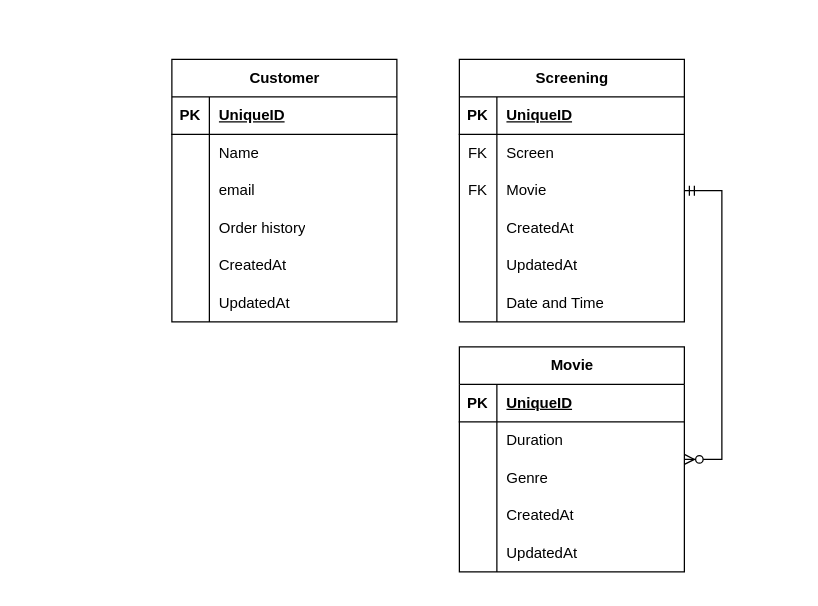
This is docs/cinema.drawio from boolean-uk/csharp-api-cinema-challenge, a draw.io file, before an edit. Source tidied: cells renumbered, new cells numbered last; positions are measured from the earlier drawing's top-left corner, leaving out a move shared by most shapes. Both pictures are drawn from the tidied source at 125%, with x=0, y=0 at pixel (171, 59).
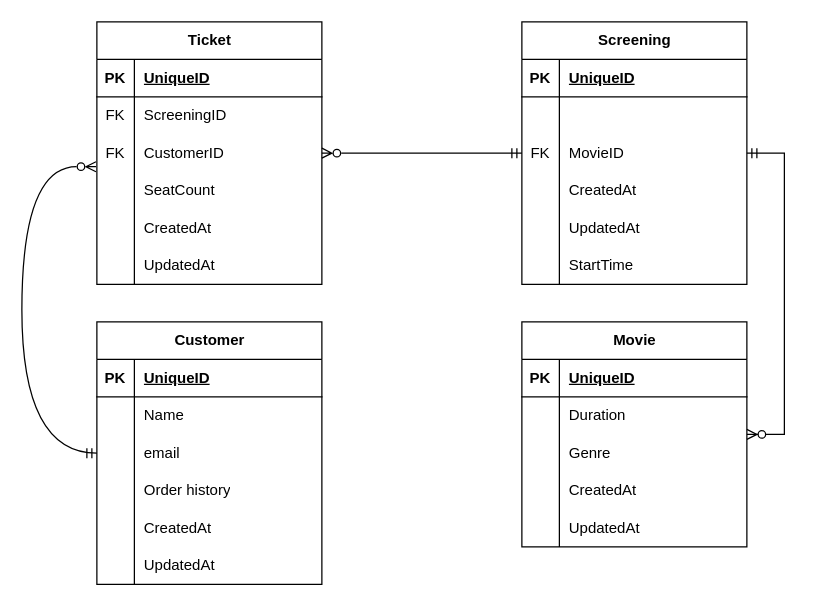
The same page after the edit.

The change refers to these unchanged cells:
```xml
<mxCell id="6" style="shape=tableRow;horizontal=0;startSize=0;swimlaneHead=0;swimlaneBody=0;fillColor=none;top=0;left=0;right=0;bottom=0;" parent="2" vertex="1">
  <mxGeometry y="60" width="180" height="30" as="geometry" />
</mxCell>
<mxCell id="9" style="shape=tableRow;horizontal=0;startSize=0;swimlaneHead=0;swimlaneBody=0;fillColor=none;points=[[0,0.5],[1,0.5]];portConstraint=eastwest;top=0;left=0;right=0;bottom=0;" parent="2" vertex="1">
  <mxGeometry y="90" width="180" height="30" as="geometry" />
</mxCell>
<mxCell id="12" style="shape=tableRow;horizontal=0;startSize=0;swimlaneHead=0;swimlaneBody=0;fillColor=none;top=0;left=0;right=0;bottom=0;" parent="2" vertex="1">
  <mxGeometry y="120" width="180" height="30" as="geometry" />
</mxCell>
<mxCell id="41" style="shape=tableRow;horizontal=0;startSize=0;swimlaneHead=0;swimlaneBody=0;fillColor=none;top=0;left=0;right=0;bottom=0;" parent="37" vertex="1">
  <mxGeometry y="60" width="180" height="30" as="geometry" />
</mxCell>
<mxCell id="44" style="shape=tableRow;horizontal=0;startSize=0;swimlaneHead=0;swimlaneBody=0;fillColor=none;top=0;left=0;right=0;bottom=0;" parent="37" vertex="1">
  <mxGeometry y="90" width="180" height="30" as="geometry" />
</mxCell>
<mxCell id="53" style="shape=tableRow;horizontal=0;startSize=0;swimlaneHead=0;swimlaneBody=0;fillColor=none;top=0;left=0;right=0;bottom=0;" parent="37" vertex="1">
  <mxGeometry y="180" width="180" height="30" as="geometry" />
</mxCell>
```

Change to the diagram source:
```diff
@@
-    <mxCell id="2" value="Customer" style="shape=table;startSize=30;childLayout=tableLayout;rowLines=0;fontStyle=1;align=center;html=1;" parent="1" vertex="1">
-      <mxGeometry width="180" height="210" as="geometry" />
+    <mxCell id="2" value="Ticket" style="shape=table;startSize=30;childLayout=tableLayout;rowLines=0;fontStyle=1;align=center;html=1;" parent="1" vertex="1">
+      <mxGeometry x="-60" y="-30" width="180" height="210" as="geometry" />
     </mxCell>
@@
-    <mxCell id="7" style="shape=partialRectangle;fillColor=none;top=0;left=0;bottom=0;right=0;overflow=hidden;whiteSpace=wrap;html=1;" parent="6" vertex="1">
+    <mxCell id="7" value="FK" style="shape=partialRectangle;fillColor=none;top=0;left=0;bottom=0;right=0;overflow=hidden;whiteSpace=wrap;html=1;" parent="6" vertex="1">
       <mxGeometry width="30" height="30" as="geometry" />
     </mxCell>
-    <mxCell id="8" value="Name" style="shape=partialRectangle;fillColor=none;top=0;left=0;bottom=0;right=0;align=left;spacingLeft=6;overflow=hidden;whiteSpace=wrap;html=1;" parent="6" vertex="1">
+    <mxCell id="8" value="ScreeningID" style="shape=partialRectangle;fillColor=none;top=0;left=0;bottom=0;right=0;align=left;spacingLeft=6;overflow=hidden;whiteSpace=wrap;html=1;" parent="6" vertex="1">
       <mxGeometry x="30" width="150" height="30" as="geometry" />
     </mxCell>
@@
-    <mxCell id="10" style="shape=partialRectangle;fillColor=none;top=0;left=0;bottom=0;right=0;overflow=hidden;whiteSpace=wrap;html=1;" parent="9" vertex="1">
+    <mxCell id="10" value="FK" style="shape=partialRectangle;fillColor=none;top=0;left=0;bottom=0;right=0;overflow=hidden;whiteSpace=wrap;html=1;" parent="9" vertex="1">
       <mxGeometry width="30" height="30" as="geometry" />
     </mxCell>
-    <mxCell id="11" value="email" style="shape=partialRectangle;fillColor=none;top=0;left=0;bottom=0;right=0;align=left;spacingLeft=6;overflow=hidden;whiteSpace=wrap;html=1;" parent="9" vertex="1">
+    <mxCell id="11" value="CustomerID" style="shape=partialRectangle;fillColor=none;top=0;left=0;bottom=0;right=0;align=left;spacingLeft=6;overflow=hidden;whiteSpace=wrap;html=1;" parent="9" vertex="1">
       <mxGeometry x="30" width="150" height="30" as="geometry" />
     </mxCell>
@@
-    <mxCell id="14" value="Order history" style="shape=partialRectangle;fillColor=none;top=0;left=0;bottom=0;right=0;align=left;spacingLeft=6;overflow=hidden;whiteSpace=wrap;html=1;" parent="12" vertex="1">
+    <mxCell id="14" value="SeatCount" style="shape=partialRectangle;fillColor=none;top=0;left=0;bottom=0;right=0;align=left;spacingLeft=6;overflow=hidden;whiteSpace=wrap;html=1;" parent="12" vertex="1">
       <mxGeometry x="30" width="150" height="30" as="geometry" />
     </mxCell>
@@
     <mxCell id="21" value="Movie" style="shape=table;startSize=30;childLayout=tableLayout;rowLines=0;fontStyle=1;align=center;html=1;" parent="1" vertex="1">
-      <mxGeometry x="230" y="230" width="180" height="180" as="geometry" />
+      <mxGeometry x="280" y="210" width="180" height="180" as="geometry" />
     </mxCell>
@@
     <mxCell id="37" value="Screening" style="shape=table;startSize=30;childLayout=tableLayout;rowLines=0;fontStyle=1;align=center;html=1;" parent="1" vertex="1">
-      <mxGeometry x="230" width="180" height="210" as="geometry" />
+      <mxGeometry x="280" y="-30" width="180" height="210" as="geometry" />
     </mxCell>
@@
-    <mxCell id="42" value="FK" style="shape=partialRectangle;fillColor=none;top=0;left=0;bottom=0;right=0;overflow=hidden;whiteSpace=wrap;html=1;" parent="41" vertex="1">
+    <mxCell id="42" style="shape=partialRectangle;fillColor=none;top=0;left=0;bottom=0;right=0;overflow=hidden;whiteSpace=wrap;html=1;" parent="41" vertex="1">
       <mxGeometry width="30" height="30" as="geometry" />
     </mxCell>
-    <mxCell id="43" value="Screen" style="shape=partialRectangle;fillColor=none;top=0;left=0;bottom=0;right=0;align=left;spacingLeft=6;overflow=hidden;whiteSpace=wrap;html=1;" parent="41" vertex="1">
+    <mxCell id="43" style="shape=partialRectangle;fillColor=none;top=0;left=0;bottom=0;right=0;align=left;spacingLeft=6;overflow=hidden;whiteSpace=wrap;html=1;" parent="41" vertex="1">
       <mxGeometry x="30" width="150" height="30" as="geometry" />
     </mxCell>
@@
-    <mxCell id="46" value="Movie" style="shape=partialRectangle;fillColor=none;top=0;left=0;bottom=0;right=0;align=left;spacingLeft=6;overflow=hidden;whiteSpace=wrap;html=1;" parent="44" vertex="1">
+    <mxCell id="46" value="MovieID" style="shape=partialRectangle;fillColor=none;top=0;left=0;bottom=0;right=0;align=left;spacingLeft=6;overflow=hidden;whiteSpace=wrap;html=1;" parent="44" vertex="1">
       <mxGeometry x="30" width="150" height="30" as="geometry" />
     </mxCell>
@@
-    <mxCell id="55" value="Date and Time" style="shape=partialRectangle;fillColor=none;top=0;left=0;bottom=0;right=0;align=left;spacingLeft=6;overflow=hidden;whiteSpace=wrap;html=1;" parent="53" vertex="1">
+    <mxCell id="55" value="StartTime" style="shape=partialRectangle;fillColor=none;top=0;left=0;bottom=0;right=0;align=left;spacingLeft=6;overflow=hidden;whiteSpace=wrap;html=1;" parent="53" vertex="1">
       <mxGeometry x="30" width="150" height="30" as="geometry" />
     </mxCell>
@@
+    <mxCell id="57" value="Customer" style="shape=table;startSize=30;childLayout=tableLayout;rowLines=0;fontStyle=1;align=center;html=1;" parent="1" vertex="1">
+      <mxGeometry x="-60" y="210" width="180" height="210" as="geometry" />
+    </mxCell>
+    <mxCell id="58" style="shape=tableRow;horizontal=0;startSize=0;swimlaneHead=0;swimlaneBody=0;fillColor=none;top=0;left=0;right=0;bottom=1;" parent="57" vertex="1">
+      <mxGeometry y="30" width="180" height="30" as="geometry" />
+    </mxCell>
+    <mxCell id="59" value="PK" style="shape=partialRectangle;fillColor=none;top=0;left=0;bottom=0;right=0;fontStyle=1;overflow=hidden;whiteSpace=wrap;html=1;" parent="58" vertex="1">
+      <mxGeometry width="30" height="30" as="geometry" />
+    </mxCell>
+    <mxCell id="60" value="UniqueID" style="shape=partialRectangle;fillColor=none;top=0;left=0;bottom=0;right=0;align=left;spacingLeft=6;fontStyle=5;overflow=hidden;whiteSpace=wrap;html=1;" parent="58" vertex="1">
+      <mxGeometry x="30" width="150" height="30" as="geometry" />
+    </mxCell>
+    <mxCell id="61" style="shape=tableRow;horizontal=0;startSize=0;swimlaneHead=0;swimlaneBody=0;fillColor=none;top=0;left=0;right=0;bottom=0;" parent="57" vertex="1">
+      <mxGeometry y="60" width="180" height="30" as="geometry" />
+    </mxCell>
+    <mxCell id="62" style="shape=partialRectangle;fillColor=none;top=0;left=0;bottom=0;right=0;overflow=hidden;whiteSpace=wrap;html=1;" parent="61" vertex="1">
+      <mxGeometry width="30" height="30" as="geometry" />
+    </mxCell>
+    <mxCell id="63" value="Name" style="shape=partialRectangle;fillColor=none;top=0;left=0;bottom=0;right=0;align=left;spacingLeft=6;overflow=hidden;whiteSpace=wrap;html=1;" parent="61" vertex="1">
+      <mxGeometry x="30" width="150" height="30" as="geometry" />
+    </mxCell>
+    <mxCell id="64" style="shape=tableRow;horizontal=0;startSize=0;swimlaneHead=0;swimlaneBody=0;fillColor=none;points=[[0,0.5],[1,0.5]];portConstraint=eastwest;top=0;left=0;right=0;bottom=0;" parent="57" vertex="1">
+      <mxGeometry y="90" width="180" height="30" as="geometry" />
+    </mxCell>
+    <mxCell id="65" style="shape=partialRectangle;fillColor=none;top=0;left=0;bottom=0;right=0;overflow=hidden;whiteSpace=wrap;html=1;" parent="64" vertex="1">
+      <mxGeometry width="30" height="30" as="geometry" />
+    </mxCell>
+    <mxCell id="66" value="email" style="shape=partialRectangle;fillColor=none;top=0;left=0;bottom=0;right=0;align=left;spacingLeft=6;overflow=hidden;whiteSpace=wrap;html=1;" parent="64" vertex="1">
+      <mxGeometry x="30" width="150" height="30" as="geometry" />
+    </mxCell>
+    <mxCell id="67" style="shape=tableRow;horizontal=0;startSize=0;swimlaneHead=0;swimlaneBody=0;fillColor=none;top=0;left=0;right=0;bottom=0;" parent="57" vertex="1">
+      <mxGeometry y="120" width="180" height="30" as="geometry" />
+    </mxCell>
+    <mxCell id="68" style="shape=partialRectangle;fillColor=none;top=0;left=0;bottom=0;right=0;overflow=hidden;whiteSpace=wrap;html=1;" parent="67" vertex="1">
+      <mxGeometry width="30" height="30" as="geometry" />
+    </mxCell>
+    <mxCell id="69" value="Order history" style="shape=partialRectangle;fillColor=none;top=0;left=0;bottom=0;right=0;align=left;spacingLeft=6;overflow=hidden;whiteSpace=wrap;html=1;" parent="67" vertex="1">
+      <mxGeometry x="30" width="150" height="30" as="geometry" />
+    </mxCell>
+    <mxCell id="70" style="shape=tableRow;horizontal=0;startSize=0;swimlaneHead=0;swimlaneBody=0;fillColor=none;top=0;left=0;right=0;bottom=0;" parent="57" vertex="1">
+      <mxGeometry y="150" width="180" height="30" as="geometry" />
+    </mxCell>
+    <mxCell id="71" style="shape=partialRectangle;fillColor=none;top=0;left=0;bottom=0;right=0;overflow=hidden;whiteSpace=wrap;html=1;" parent="70" vertex="1">
+      <mxGeometry width="30" height="30" as="geometry" />
+    </mxCell>
+    <mxCell id="72" value="CreatedAt" style="shape=partialRectangle;fillColor=none;top=0;left=0;bottom=0;right=0;align=left;spacingLeft=6;overflow=hidden;whiteSpace=wrap;html=1;" parent="70" vertex="1">
+      <mxGeometry x="30" width="150" height="30" as="geometry" />
+    </mxCell>
+    <mxCell id="73" style="shape=tableRow;horizontal=0;startSize=0;swimlaneHead=0;swimlaneBody=0;fillColor=none;top=0;left=0;right=0;bottom=0;" parent="57" vertex="1">
+      <mxGeometry y="180" width="180" height="30" as="geometry" />
+    </mxCell>
+    <mxCell id="74" style="shape=partialRectangle;fillColor=none;top=0;left=0;bottom=0;right=0;overflow=hidden;whiteSpace=wrap;html=1;" parent="73" vertex="1">
+      <mxGeometry width="30" height="30" as="geometry" />
+    </mxCell>
+    <mxCell id="75" value="UpdatedAt" style="shape=partialRectangle;fillColor=none;top=0;left=0;bottom=0;right=0;align=left;spacingLeft=6;overflow=hidden;whiteSpace=wrap;html=1;" parent="73" vertex="1">
+      <mxGeometry x="30" width="150" height="30" as="geometry" />
+    </mxCell>
+    <mxCell id="76" style="edgeStyle=orthogonalEdgeStyle;rounded=0;jettySize=auto;html=1;entryX=-0.004;entryY=0.862;entryDx=0;entryDy=0;entryPerimeter=0;curved=1;endArrow=ERzeroToMany;endFill=0;startArrow=ERmandOne;startFill=0;" parent="1" edge="1" source="64" target="9">
+      <mxGeometry relative="1" as="geometry">
+        <Array as="points">
+          <mxPoint x="-120" y="315" />
+          <mxPoint x="-120" y="86" />
+        </Array>
+      </mxGeometry>
+    </mxCell>
+    <mxCell id="77" style="edgeStyle=orthogonalEdgeStyle;rounded=0;jettySize=auto;html=1;endArrow=ERmandOne;endFill=0;startArrow=ERzeroToMany;startFill=0;" parent="1" edge="1" source="9" target="37">
+      <mxGeometry relative="1" as="geometry" />
+    </mxCell>
```
